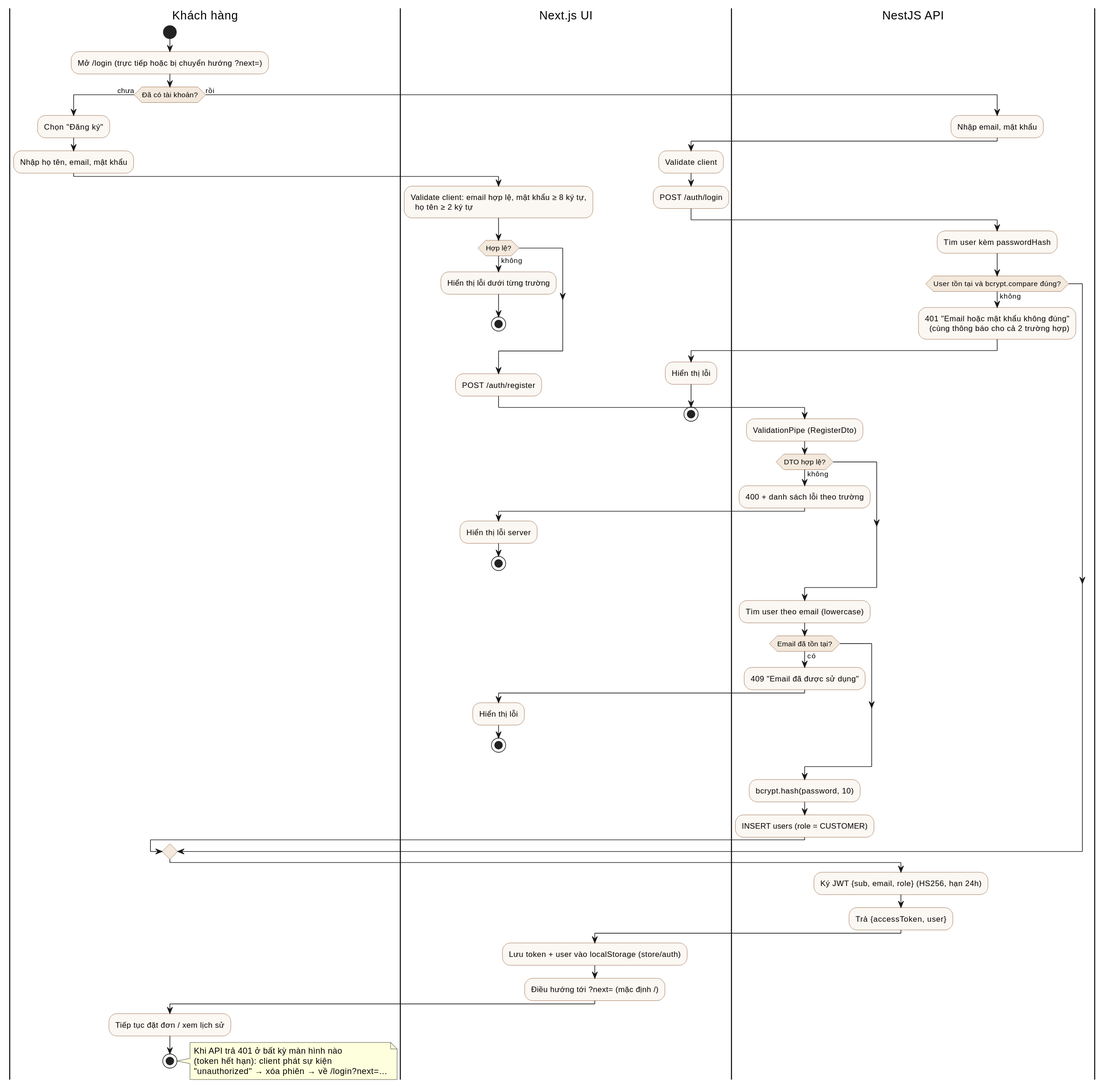
Earlier version of the PlantUML export docs/diagrams/activity-auth.svg (LHTCoder/brewlite).
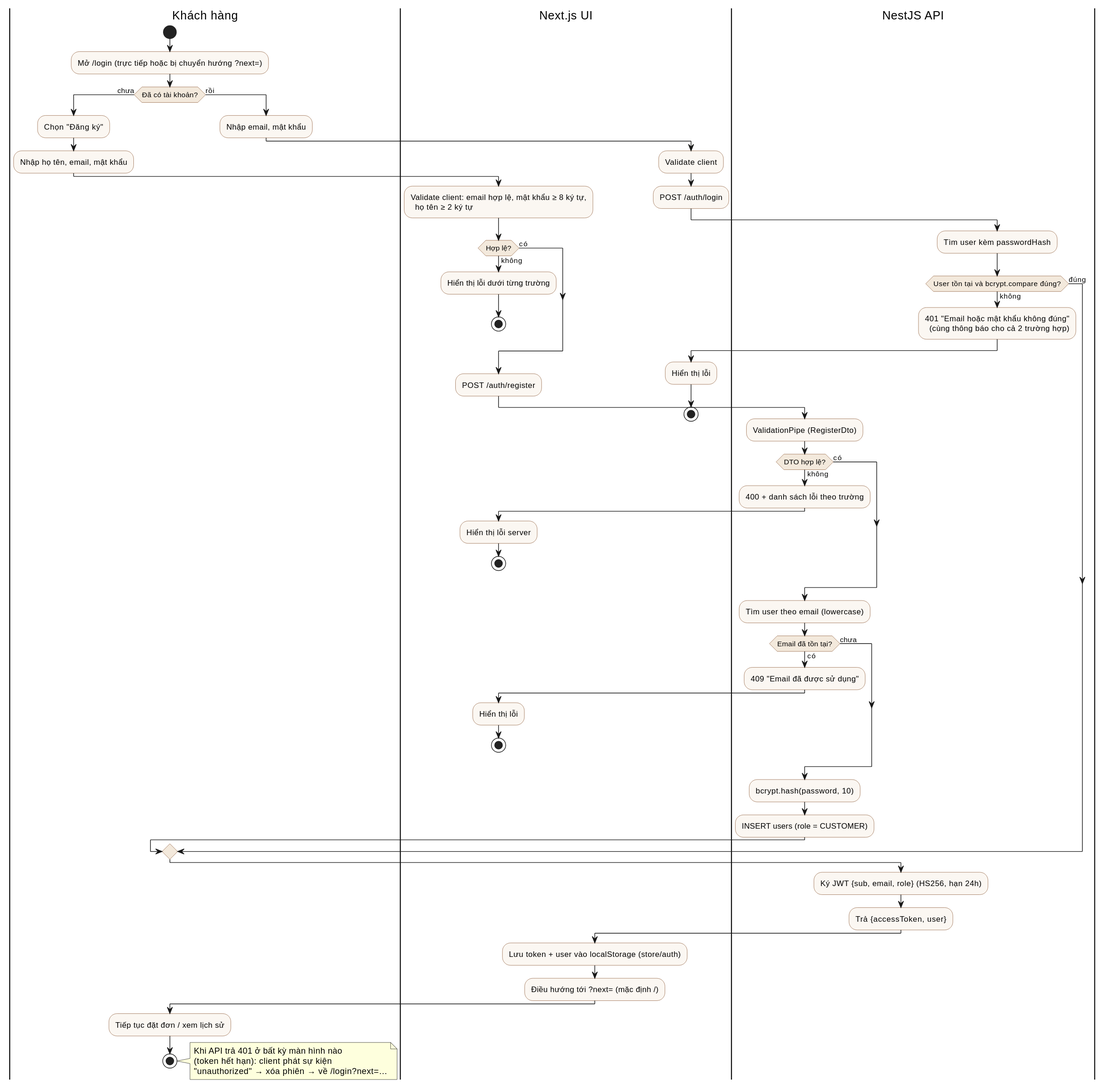
After the commit.

Diff of the diagram source:
```diff
@@ -14,6 +14,7 @@
   if (Hợp lệ?) then (không)
     :Hiển thị lỗi dưới từng trường;
     stop
+  else (có)
   endif
   :POST /auth/register;
   |NestJS API|
@@ -23,6 +24,7 @@
     |Next.js UI|
     :Hiển thị lỗi server;
     stop
+  else (có)
   endif
   |NestJS API|
   :Tìm user theo email (lowercase);
@@ -31,11 +33,13 @@
     |Next.js UI|
     :Hiển thị lỗi;
     stop
+  else (chưa)
   endif
   |NestJS API|
   :bcrypt.hash(password, 10);
   :INSERT users (role = CUSTOMER);
 else (rồi)
+  |Khách hàng|
   :Nhập email, mật khẩu;
   |Next.js UI|
   :Validate client;
@@ -48,6 +52,7 @@
     |Next.js UI|
     :Hiển thị lỗi;
     stop
+  else (đúng)
   endif
 endif
 |NestJS API|
```
